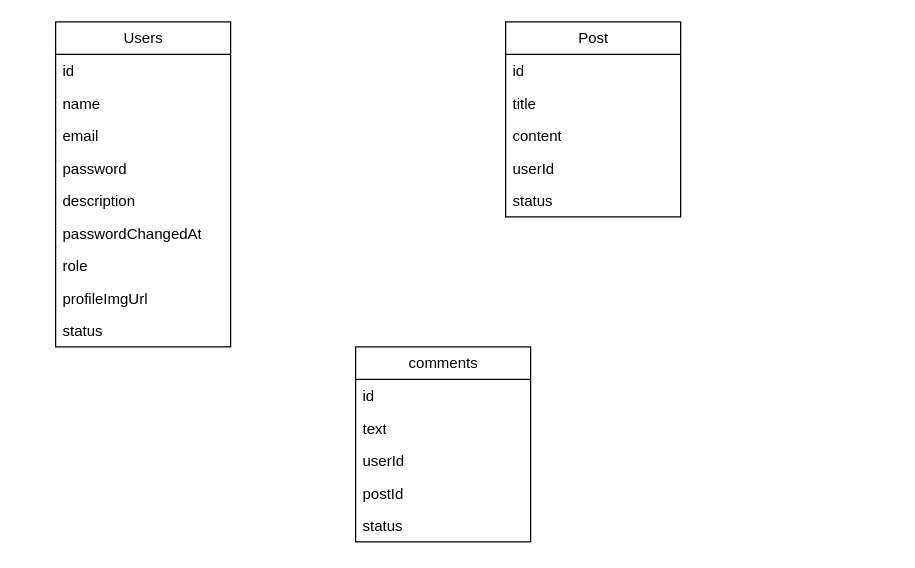
Earlier version of the draw.io diagram diagramaEntidadRelacion.drawio (lumiguem/blog-academlo). Source tidied: cells renumbered, new cells numbered last; positions are measured from the earlier drawing's top-left corner, leaving out a move shared by most shapes. Both pictures are drawn from the tidied source at 125%, with x=0, y=0 at pixel (55, 21).
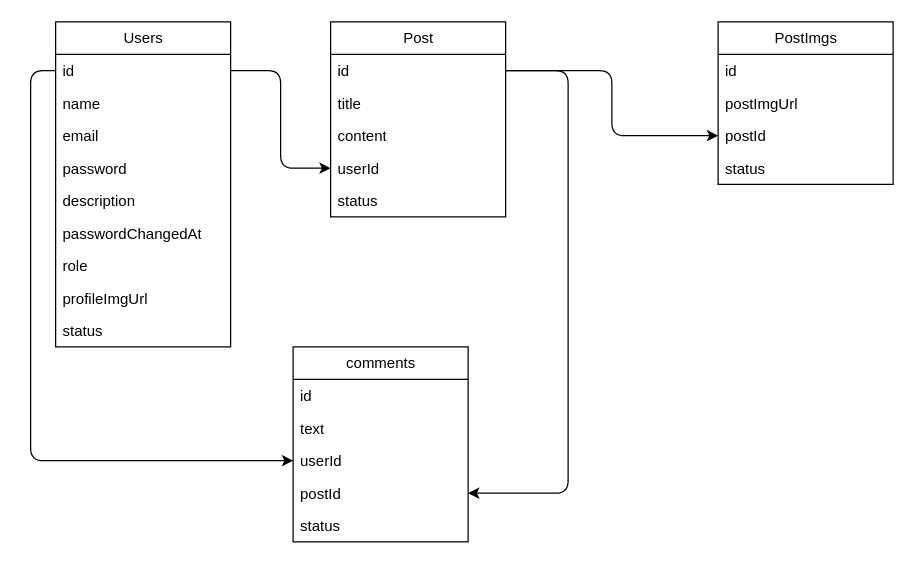
The same page after the edit.

Unchanged cells that the change refers to:
```xml
<mxCell id="3" value="id" style="text;strokeColor=none;fillColor=none;align=left;verticalAlign=top;spacingLeft=4;spacingRight=4;overflow=hidden;points=[[0,0.5],[1,0.5]];portConstraint=eastwest;whiteSpace=wrap;html=1;" parent="2" vertex="1">
  <mxGeometry y="26" width="140" height="26" as="geometry" />
</mxCell>
<mxCell id="13" value="id" style="text;strokeColor=none;fillColor=none;align=left;verticalAlign=top;spacingLeft=4;spacingRight=4;overflow=hidden;points=[[0,0.5],[1,0.5]];portConstraint=eastwest;whiteSpace=wrap;html=1;" parent="12" vertex="1">
  <mxGeometry y="26" width="140" height="26" as="geometry" />
</mxCell>
<mxCell id="16" value="userId" style="text;strokeColor=none;fillColor=none;align=left;verticalAlign=top;spacingLeft=4;spacingRight=4;overflow=hidden;points=[[0,0.5],[1,0.5]];portConstraint=eastwest;whiteSpace=wrap;html=1;" parent="12" vertex="1">
  <mxGeometry y="104" width="140" height="26" as="geometry" />
</mxCell>
<mxCell id="21" value="userId" style="text;strokeColor=none;fillColor=none;align=left;verticalAlign=top;spacingLeft=4;spacingRight=4;overflow=hidden;points=[[0,0.5],[1,0.5]];portConstraint=eastwest;whiteSpace=wrap;html=1;" parent="18" vertex="1">
  <mxGeometry y="78" width="140" height="26" as="geometry" />
</mxCell>
<mxCell id="22" value="postId" style="text;strokeColor=none;fillColor=none;align=left;verticalAlign=top;spacingLeft=4;spacingRight=4;overflow=hidden;points=[[0,0.5],[1,0.5]];portConstraint=eastwest;whiteSpace=wrap;html=1;" parent="18" vertex="1">
  <mxGeometry y="104" width="140" height="26" as="geometry" />
</mxCell>
```

The edit, as a diff of the source:
```diff
@@
     <mxCell id="12" value="Post" style="swimlane;fontStyle=0;horizontal=1;startSize=26;fillColor=none;html=1;" parent="1" vertex="1">
-      <mxGeometry x="360" width="140" height="156" as="geometry" />
+      <mxGeometry x="220" width="140" height="156" as="geometry" />
     </mxCell>
@@
     <mxCell id="18" value="comments" style="swimlane;fontStyle=0;horizontal=1;startSize=26;fillColor=none;html=1;" parent="1" vertex="1">
-      <mxGeometry x="240" y="260" width="140" height="156" as="geometry" />
+      <mxGeometry x="190" y="260" width="140" height="156" as="geometry" />
     </mxCell>
@@
+    <mxCell id="24" style="edgeStyle=elbowEdgeStyle;html=1;exitX=1;exitY=0.5;exitDx=0;exitDy=0;entryX=0;entryY=0.5;entryDx=0;entryDy=0;" parent="1" edge="1" source="3" target="16">
+      <mxGeometry relative="1" as="geometry" />
+    </mxCell>
+    <mxCell id="25" style="edgeStyle=elbowEdgeStyle;html=1;exitX=0;exitY=0.5;exitDx=0;exitDy=0;entryX=0;entryY=0.5;entryDx=0;entryDy=0;" parent="1" edge="1" source="3" target="21">
+      <mxGeometry relative="1" as="geometry">
+        <Array as="points">
+          <mxPoint x="-20" y="200" />
+        </Array>
+      </mxGeometry>
+    </mxCell>
+    <mxCell id="26" style="edgeStyle=elbowEdgeStyle;html=1;exitX=1;exitY=0.5;exitDx=0;exitDy=0;entryX=1;entryY=0.5;entryDx=0;entryDy=0;" parent="1" edge="1" source="13" target="22">
+      <mxGeometry relative="1" as="geometry">
+        <Array as="points">
+          <mxPoint x="410" y="190" />
+          <mxPoint x="530" y="210" />
+        </Array>
+      </mxGeometry>
+    </mxCell>
+    <mxCell id="27" value="PostImgs" style="swimlane;fontStyle=0;horizontal=1;startSize=26;fillColor=none;html=1;" parent="1" vertex="1">
+      <mxGeometry x="530" width="140" height="130" as="geometry" />
+    </mxCell>
+    <mxCell id="28" value="id" style="text;strokeColor=none;fillColor=none;align=left;verticalAlign=top;spacingLeft=4;spacingRight=4;overflow=hidden;whiteSpace=wrap;html=1;" parent="27" vertex="1">
+      <mxGeometry y="26" width="140" height="26" as="geometry" />
+    </mxCell>
+    <mxCell id="29" value="postImgUrl" style="text;strokeColor=none;fillColor=none;align=left;verticalAlign=top;spacingLeft=4;spacingRight=4;overflow=hidden;whiteSpace=wrap;html=1;" parent="27" vertex="1">
+      <mxGeometry y="52" width="140" height="26" as="geometry" />
+    </mxCell>
+    <mxCell id="30" value="postId&lt;br&gt;" style="text;strokeColor=none;fillColor=none;align=left;verticalAlign=top;spacingLeft=4;spacingRight=4;overflow=hidden;points=[[0,0.5],[1,0.5]];portConstraint=eastwest;whiteSpace=wrap;html=1;" parent="27" vertex="1">
+      <mxGeometry y="78" width="140" height="26" as="geometry" />
+    </mxCell>
+    <mxCell id="31" value="status" style="text;strokeColor=none;fillColor=none;align=left;verticalAlign=top;spacingLeft=4;spacingRight=4;overflow=hidden;whiteSpace=wrap;html=1;" parent="27" vertex="1">
+      <mxGeometry y="104" width="140" height="26" as="geometry" />
+    </mxCell>
+    <mxCell id="32" style="edgeStyle=elbowEdgeStyle;html=1;exitX=1;exitY=0.5;exitDx=0;exitDy=0;entryX=0;entryY=0.5;entryDx=0;entryDy=0;" parent="1" edge="1" source="13" target="30">
+      <mxGeometry relative="1" as="geometry" />
+    </mxCell>
```
